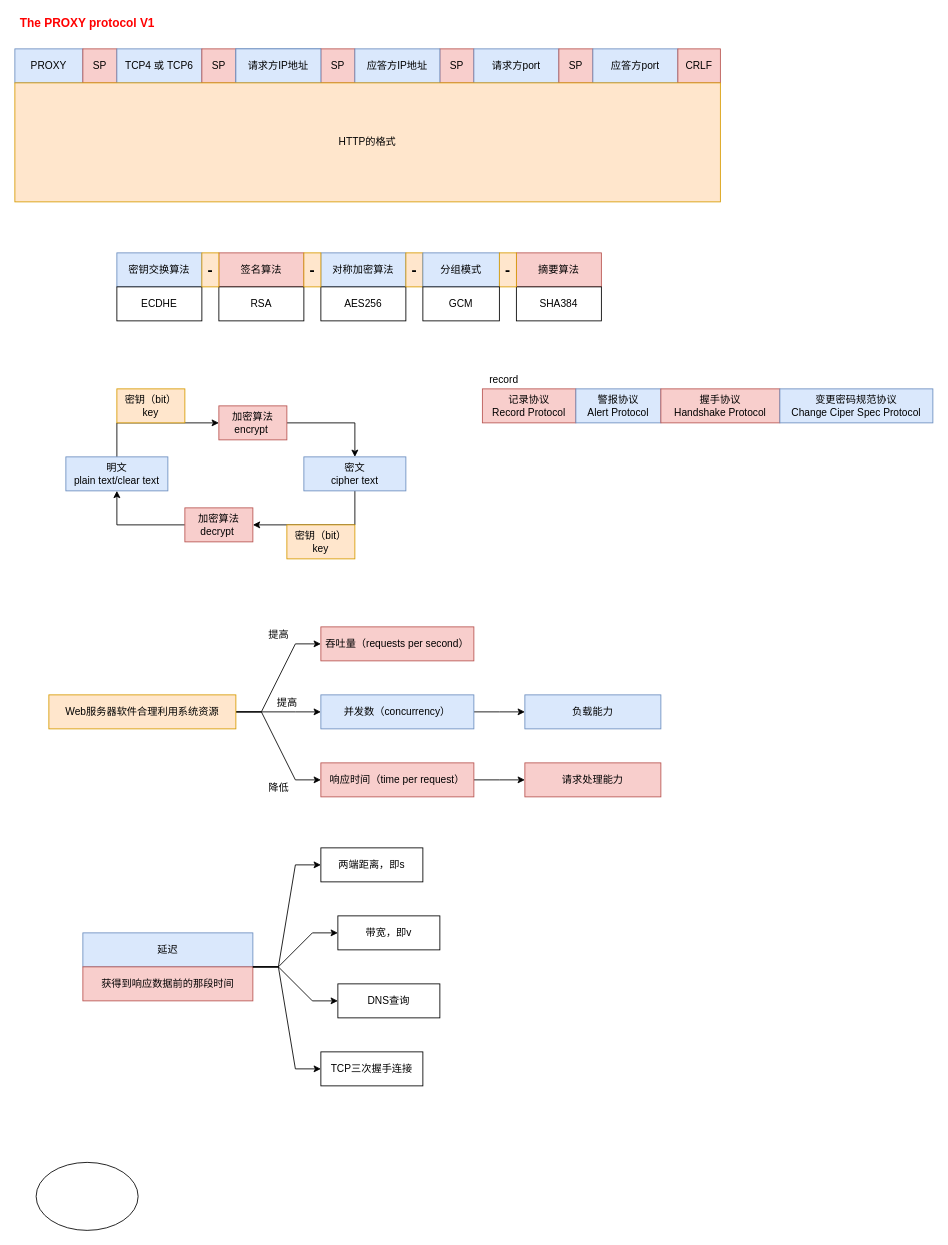
Above: HTTp.drawio in moonlightop/Blog (draw.io), before the change. Source tidied: cells renumbered, new cells numbered last; positions are measured from the earlier drawing's top-left corner, leaving out a move shared by most shapes. Both pictures are drawn from the tidied source at 85%, with x=0, y=0 at pixel (14, 14).
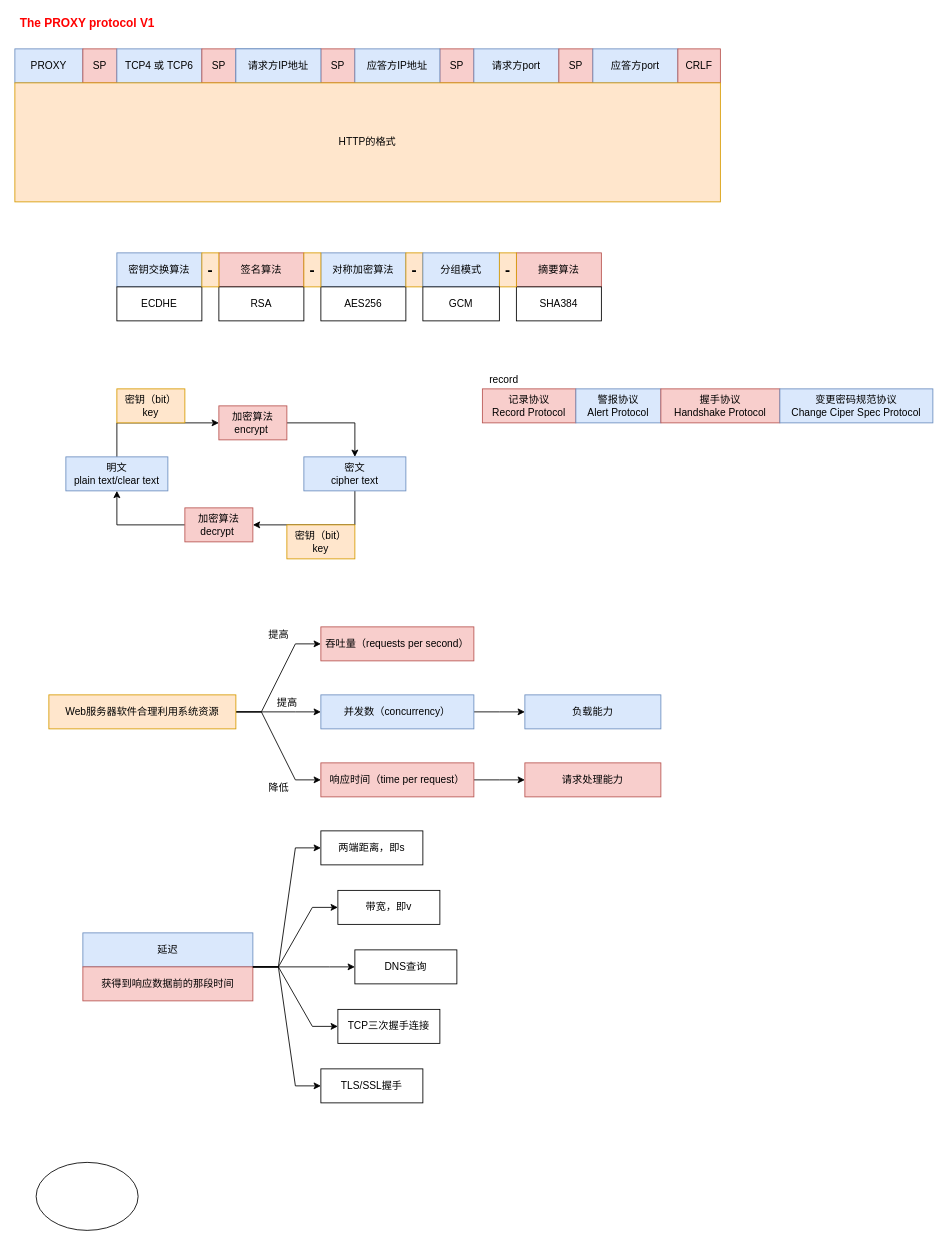
The same page after the edit.

Unchanged cells that the change refers to:
```xml
<mxCell id="63" value="获得到响应数据前的那段时间" style="rounded=0;whiteSpace=wrap;html=1;fillColor=#f8cecc;strokeColor=#b85450;" parent="61" vertex="1">
  <mxGeometry y="40" width="200" height="40" as="geometry" />
</mxCell>
```

The edit, as a diff of the source:
```diff
@@
     <mxCell id="65" value="两端距离，即s" style="rounded=0;whiteSpace=wrap;html=1;" parent="1" vertex="1">
-      <mxGeometry x="360" y="980" width="120" height="40" as="geometry" />
+      <mxGeometry x="360" y="960" width="120" height="40" as="geometry" />
     </mxCell>
     <mxCell id="66" value="带宽，即v" style="rounded=0;whiteSpace=wrap;html=1;" parent="1" vertex="1">
-      <mxGeometry x="380" y="1060" width="120" height="40" as="geometry" />
+      <mxGeometry x="380" y="1030" width="120" height="40" as="geometry" />
     </mxCell>
@@
     <mxCell id="69" value="DNS查询" style="rounded=0;whiteSpace=wrap;html=1;" parent="1" vertex="1">
-      <mxGeometry x="380" y="1140" width="120" height="40" as="geometry" />
+      <mxGeometry x="400" y="1100" width="120" height="40" as="geometry" />
     </mxCell>
     <mxCell id="70" value="TCP三次握手连接" style="rounded=0;whiteSpace=wrap;html=1;" parent="1" vertex="1">
-      <mxGeometry x="360" y="1220" width="120" height="40" as="geometry" />
+      <mxGeometry x="380" y="1170" width="120" height="40" as="geometry" />
     </mxCell>
@@
+    <mxCell id="72" value="TLS/SSL握手" style="rounded=0;whiteSpace=wrap;html=1;" parent="1" vertex="1">
+      <mxGeometry x="360" y="1240" width="120" height="40" as="geometry" />
+    </mxCell>
+    <mxCell id="73" style="edgeStyle=entityRelationEdgeStyle;rounded=0;jettySize=auto;html=1;exitX=1;exitY=0;exitDx=0;exitDy=0;" parent="1" edge="1" source="63" target="72">
+      <mxGeometry relative="1" as="geometry" />
+    </mxCell>
```
